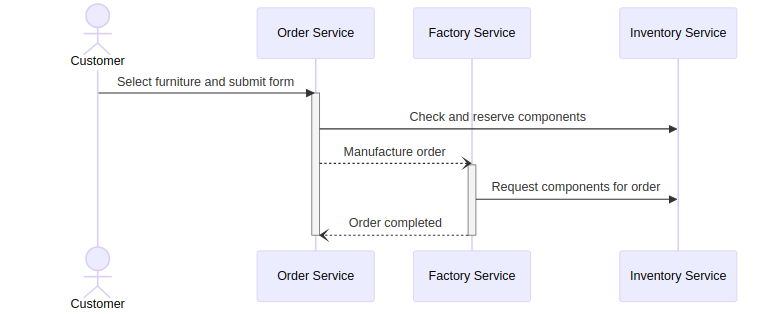
ielpo/edpo-project-group1 keeps this Mermaid diagram as doc/images/flow-success.png. Above is the earlier version. Its source is kept beside it as doc/images/graphs/flow-success.mmd. The source it was exported from:
```mermaid
sequenceDiagram
    actor Customer
    participant order as Order Service
    participant factory as Factory Service
    participant inventory as Inventory Service

    Customer ->> order: Select furniture and submit form
    activate order
    order ->> inventory: Check and reserve components
    order --) factory: Manufacture order
    activate factory
    factory  ->> inventory: Request components for order
    factory  --) order: Order completed
    deactivate factory
    deactivate order
```
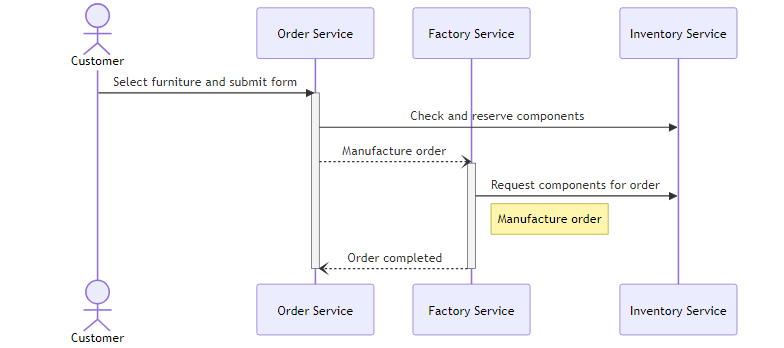
Later version of the same file.

Diff of the diagram source:
```diff
@@ -10,6 +10,7 @@
     order --) factory: Manufacture order
     activate factory
     factory  ->> inventory: Request components for order
+    Note right of factory: Manufacture order
     factory  --) order: Order completed
     deactivate factory
     deactivate order
```
